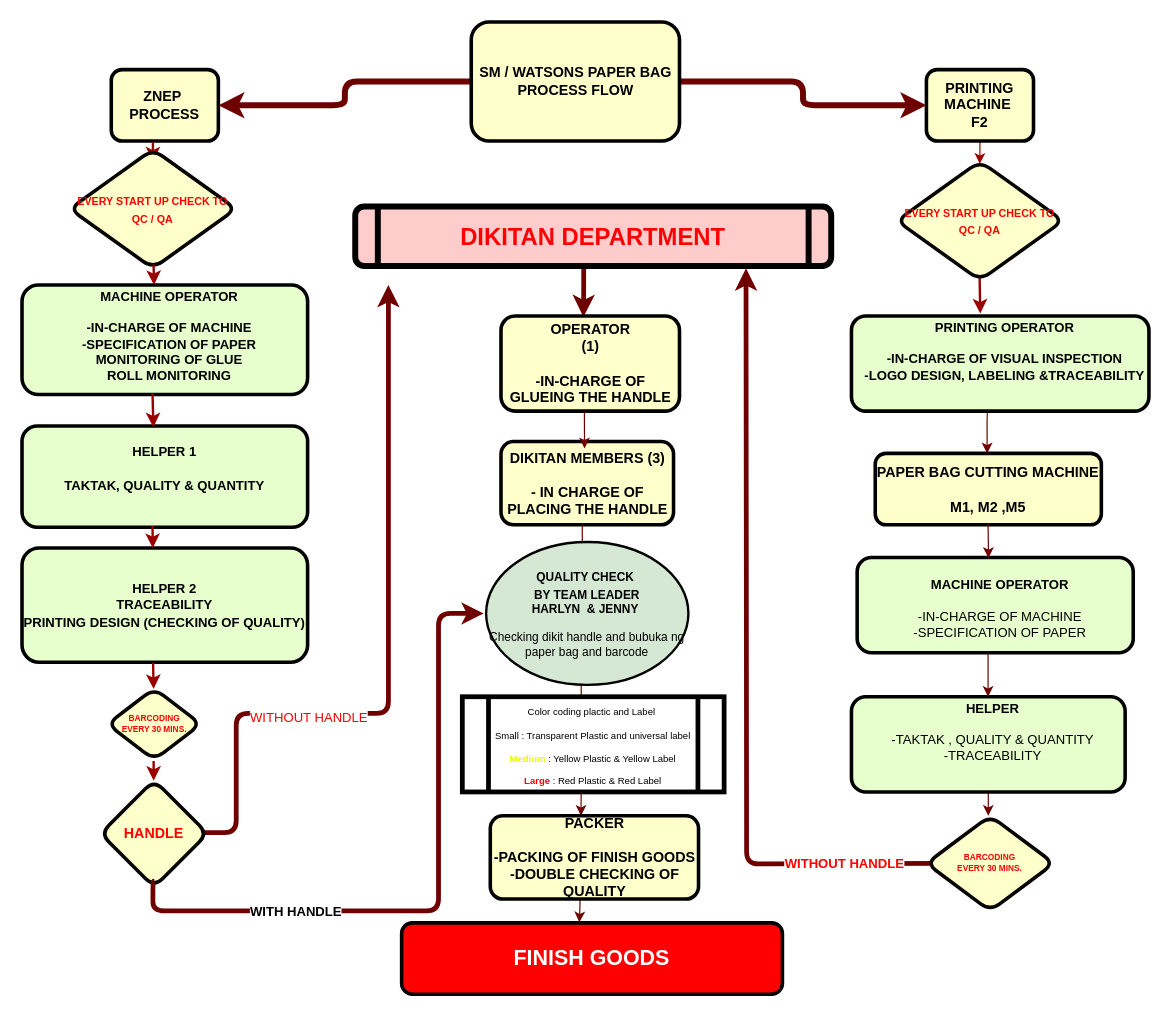
This is page "Page-1" (1 of 2) of flowchart dikitan.drawio from r-dapsycobbsylbnt-8700/goit-markup-hw-01, a draw.io file, before an edit. Source tidied: cells renumbered, new cells numbered last; positions are measured from the earlier drawing's top-left corner, leaving out a move shared by most shapes. Both pictures are drawn from the tidied source at 119%, with x=0, y=0 at pixel (21, 21).
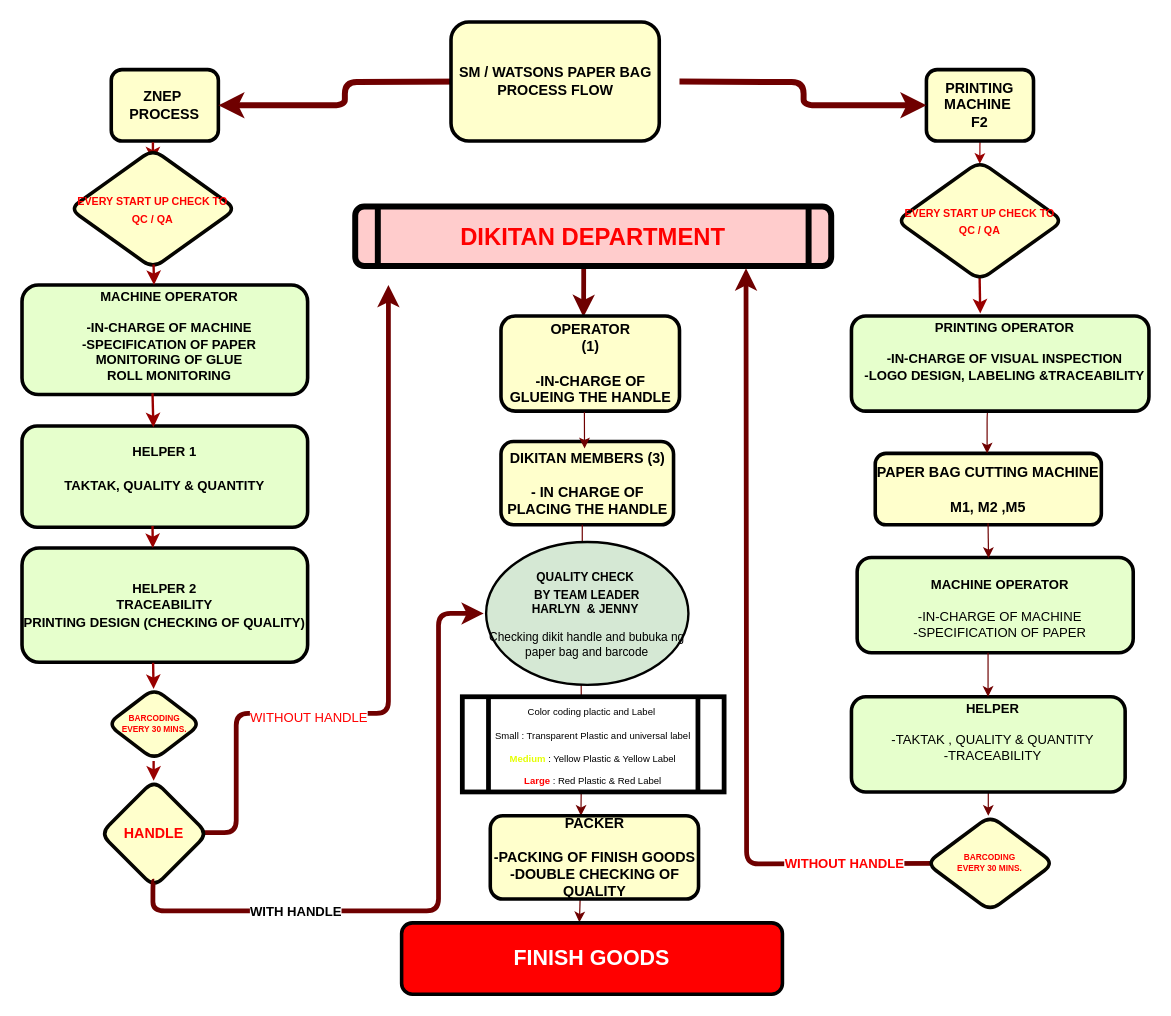
The same page after the edit.

The change refers to these unchanged cells:
```xml
<mxCell id="3" value="ZNEP  PROCESS" style="whiteSpace=wrap;align=center;verticalAlign=middle;fontStyle=1;strokeWidth=3;fillColor=#FFFFCC;rounded=1;" parent="1" vertex="1">
  <mxGeometry x="75" y="40" width="90" height="60" as="geometry" />
</mxCell>
<mxCell id="6" value="PRINTING MACHINE &#10;F2" style="whiteSpace=wrap;align=center;verticalAlign=middle;fontStyle=1;strokeWidth=3;fillColor=#FFFFCC;rounded=1;" parent="1" vertex="1">
  <mxGeometry x="760" y="40" width="90" height="60" as="geometry" />
</mxCell>
```

The edit, as a diff of the source:
```diff
@@
-    <mxCell id="28" style="edgeStyle=orthogonalEdgeStyle;rounded=1;jettySize=auto;html=1;fillColor=#a20025;strokeColor=#6F0000;strokeWidth=5;" parent="1" edge="1" source="30" target="6">
-      <mxGeometry relative="1" as="geometry" />
+    <mxCell id="28" style="edgeStyle=orthogonalEdgeStyle;rounded=1;jettySize=auto;html=1;fillColor=#a20025;strokeColor=#6F0000;strokeWidth=5;" parent="1" edge="1" target="6">
+      <mxGeometry relative="1" as="geometry">
+        <mxPoint x="552.5" y="50" as="sourcePoint" />
+      </mxGeometry>
     </mxCell>
-    <mxCell id="29" style="edgeStyle=orthogonalEdgeStyle;rounded=1;jettySize=auto;html=1;fillColor=#a20025;strokeColor=#6F0000;strokeWidth=5;" parent="1" edge="1" source="30" target="3">
-      <mxGeometry relative="1" as="geometry" />
+    <mxCell id="29" style="edgeStyle=orthogonalEdgeStyle;rounded=1;jettySize=auto;html=1;fillColor=#a20025;strokeColor=#6F0000;strokeWidth=5;" parent="1" edge="1" target="3">
+      <mxGeometry relative="1" as="geometry">
+        <mxPoint x="377.5" y="50" as="sourcePoint" />
+      </mxGeometry>
     </mxCell>
     <mxCell id="30" value="SM / WATSONS PAPER BAG PROCESS FLOW" style="whiteSpace=wrap;html=1;fillColor=#FFFFCC;fontStyle=1;strokeWidth=3;rounded=1;" parent="1" vertex="1">
-      <mxGeometry x="377.5" width="175" height="100" as="geometry" />
+      <mxGeometry x="360.5" width="175" height="100" as="geometry" />
     </mxCell>
```
